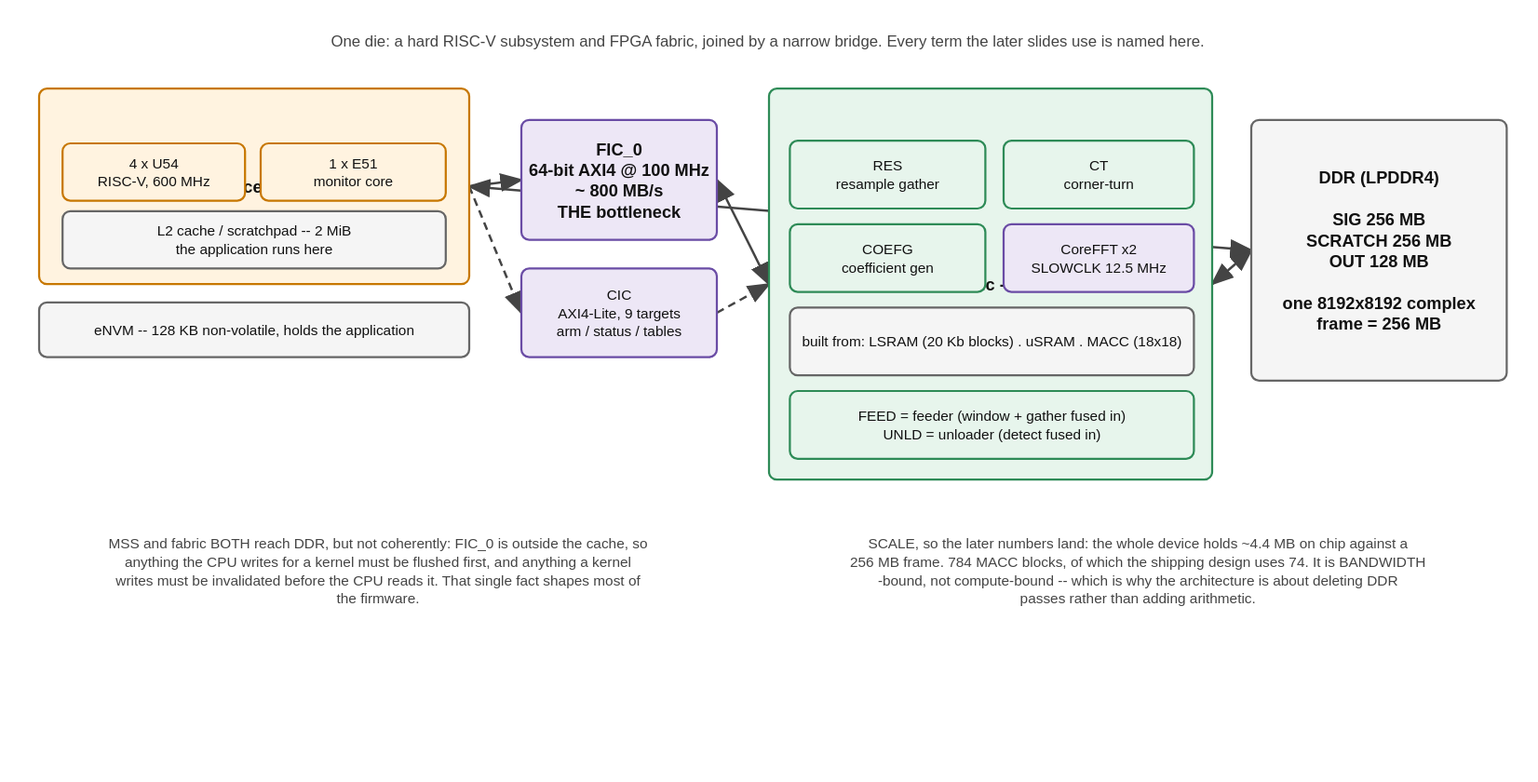
Earlier version of the draw.io export docs/slides/diagrams/fig-sar-mpfs.drawio.svg (futureproofbear/mpfs250t-sar-ifp). Source tidied: cells renumbered, new cells last; positions are measured from the earlier drawing's top-left corner, leaving out a move shared by most shapes.
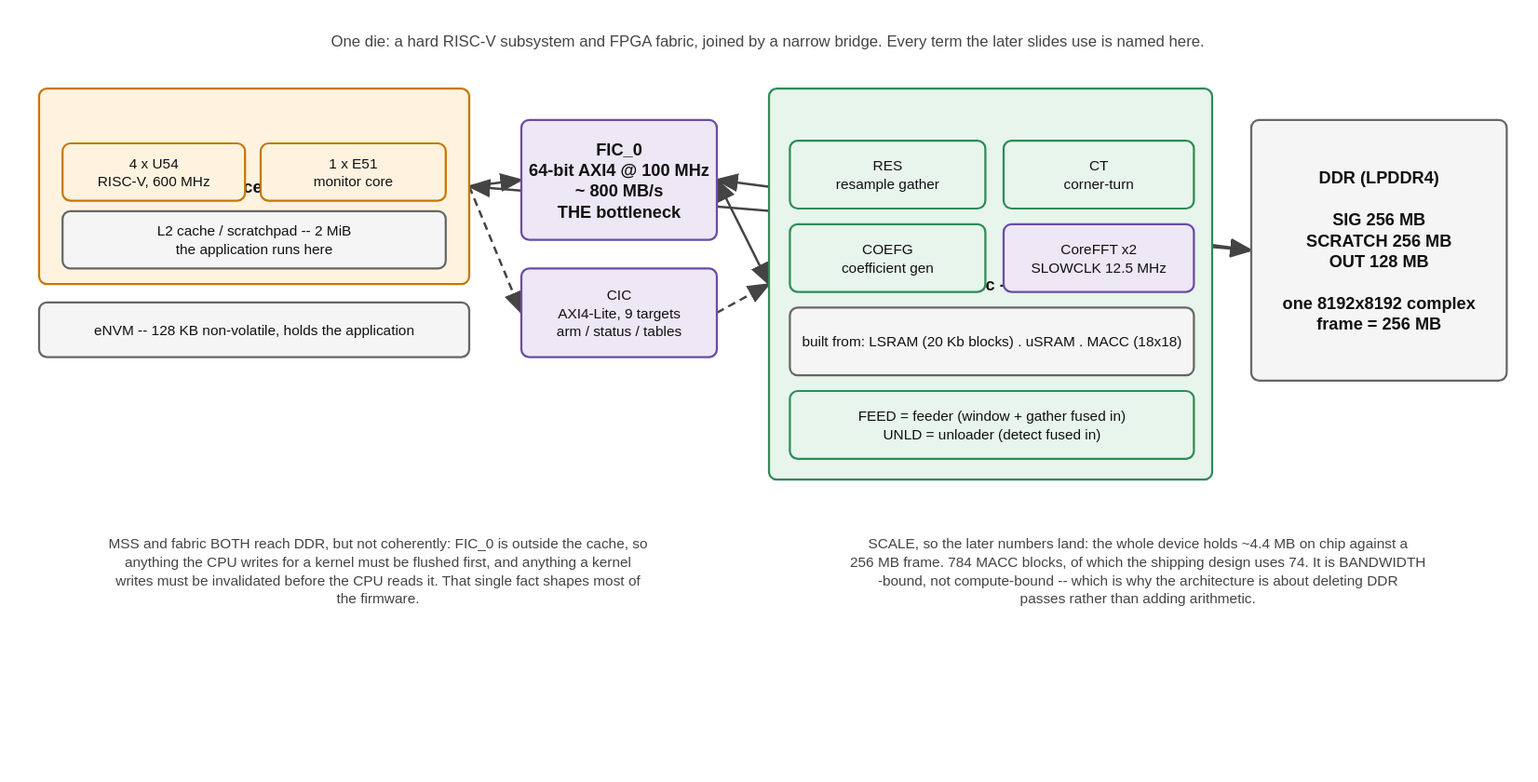
The same file after the commit.

Commit message:
slides: fabric reaches DDR through FIC_0, not directly -- fix the figure

Change to the diagram source:
```diff
@@ -68,7 +68,7 @@
     <mxCell id="23" style="edgeStyle=orthogonalEdgeStyle;rounded=1;html=1;fontSize=11;strokeColor=#444444;dashed=1;" parent="1" edge="1" source="9" target="10">
       <mxGeometry relative="1" as="geometry" />
     </mxCell>
-    <mxCell id="24" style="edgeStyle=orthogonalEdgeStyle;rounded=1;html=1;fontSize=11;strokeColor=#444444;startArrow=classic;startFill=1;" parent="1" edge="1" source="10" target="17">
+    <mxCell id="24" value="all fabric traffic" style="edgeStyle=orthogonalEdgeStyle;rounded=1;html=1;fontSize=11;strokeColor=#444444;startArrow=classic;startFill=1;" parent="1" edge="1" source="8" target="17">
       <mxGeometry relative="1" as="geometry" />
     </mxCell>
     <mxCell id="25" value="cached" style="edgeStyle=orthogonalEdgeStyle;rounded=1;html=1;fontSize=11;strokeColor=#444444;startArrow=classic;startFill=1;" parent="1" edge="1" source="3" target="17">
```
